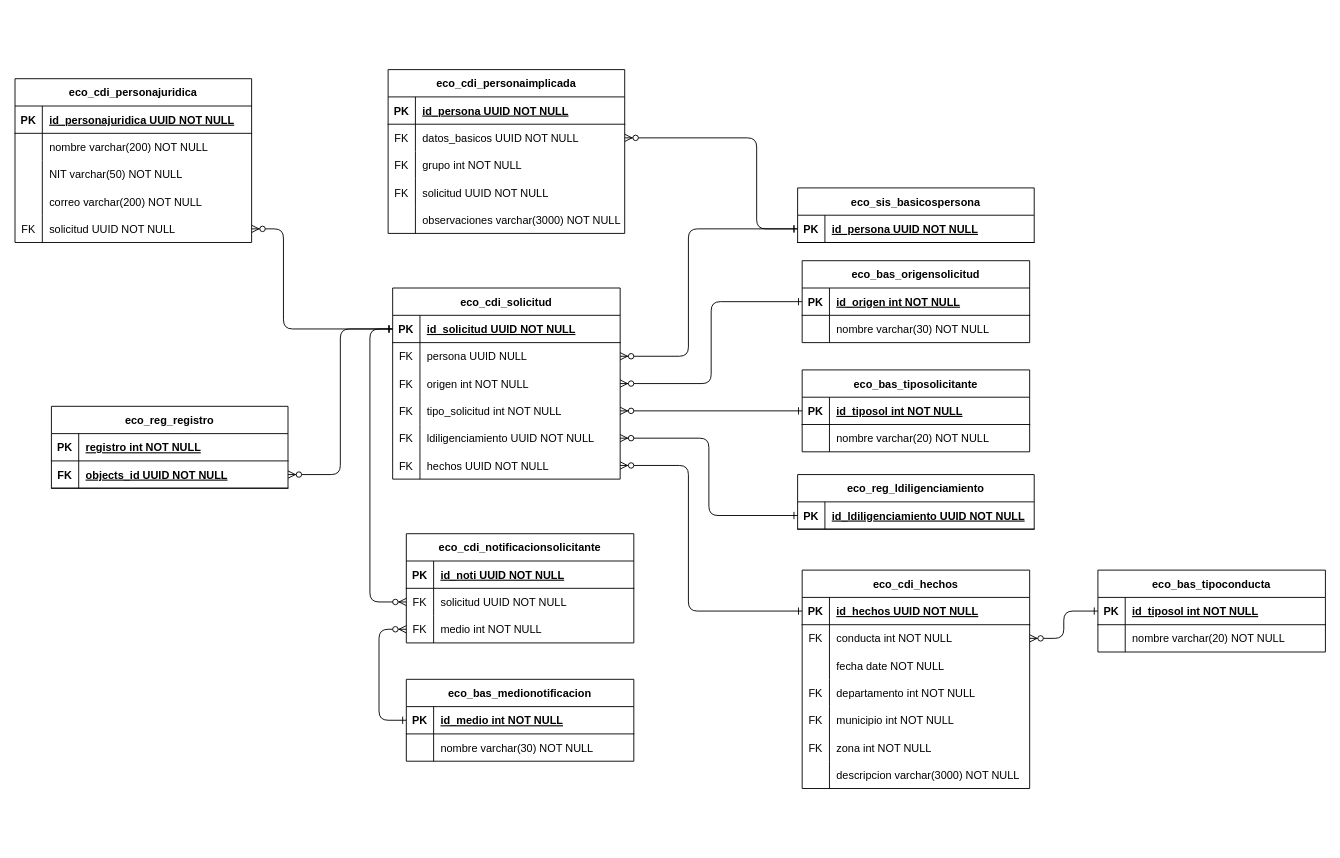
The draw.io diagram SER/CDI.drawio in HanaPinilla/Diagramas-DB, before the edit. Source tidied: cells renumbered, new cells numbered last; positions are measured from the earlier drawing's top-left corner, leaving out a move shared by most shapes. Both pictures are drawn from the tidied source at 91%, with x=0, y=0 at pixel (15, 69).
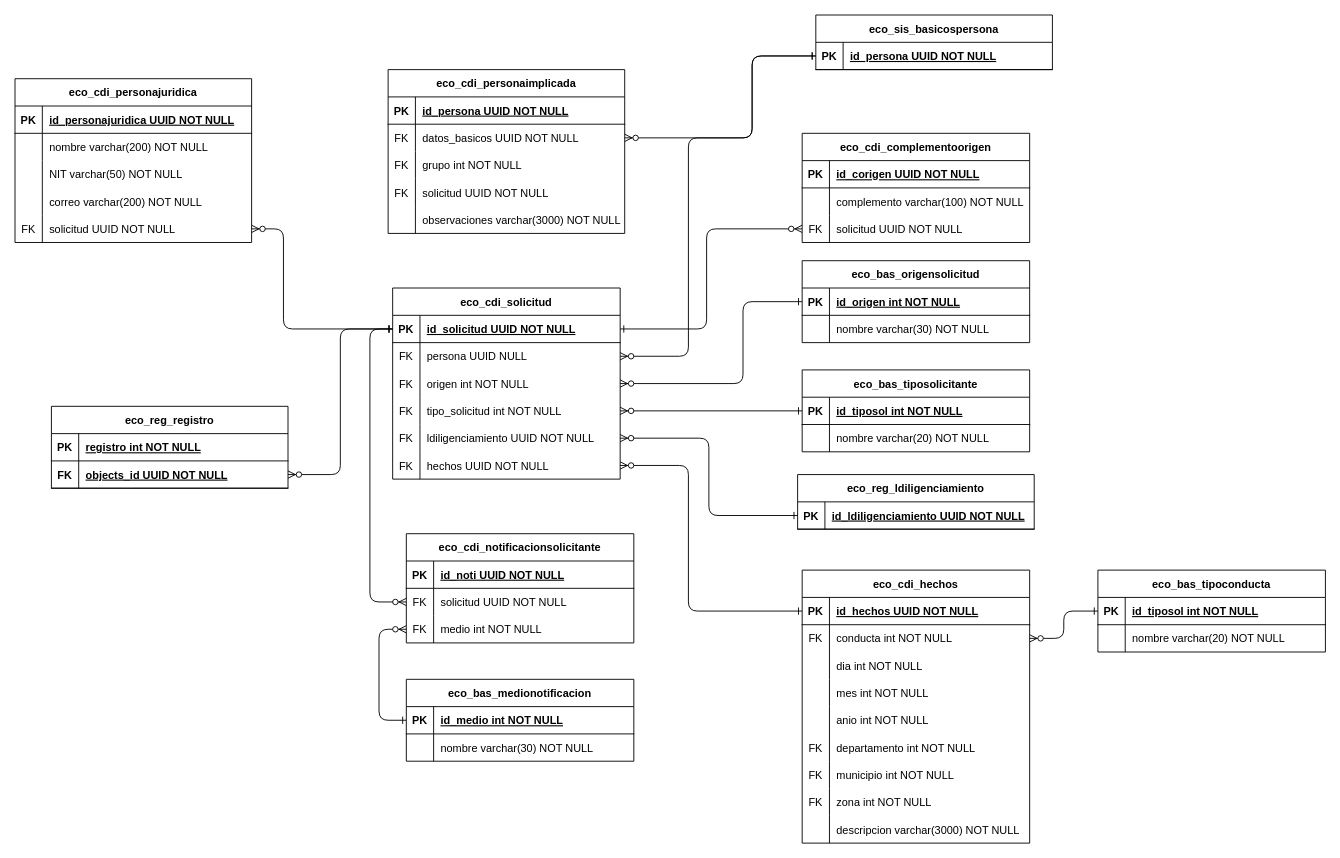
The same page after the edit.

The change refers to these unchanged cells:
```xml
<mxCell id="3" style="shape=partialRectangle;fillColor=none;points=[[0,0.5],[1,0.5]];portConstraint=eastwest;top=0;left=0;right=0;bottom=1;" parent="2" vertex="1">
  <mxGeometry y="30" width="250" height="30" as="geometry" />
</mxCell>
<mxCell id="16" style="shape=partialRectangle;fillColor=none;top=0;left=0;right=0;bottom=0;" parent="9" vertex="1">
  <mxGeometry y="90" width="250" height="30" as="geometry" />
</mxCell>
<mxCell id="51" style="shape=partialRectangle;fillColor=none;points=[[0,0.5],[1,0.5]];portConstraint=eastwest;top=0;left=0;right=0;bottom=1;" parent="50" vertex="1">
  <mxGeometry y="30" width="260" height="30" as="geometry" />
</mxCell>
<mxCell id="62" style="shape=partialRectangle;fillColor=none;points=[[0,0.5],[1,0.5]];portConstraint=eastwest;top=0;left=0;right=0;bottom=1;" parent="61" vertex="1">
  <mxGeometry y="30" width="250" height="30" as="geometry" />
</mxCell>
<mxCell id="65" style="shape=partialRectangle;fillColor=none;points=[[0,0.5],[1,0.5]];portConstraint=eastwest;top=0;left=0;right=0;bottom=0;" parent="61" vertex="1">
  <mxGeometry y="60" width="250" height="30" as="geometry" />
</mxCell>
<mxCell id="68" style="shape=partialRectangle;fillColor=none;points=[[0,0.5],[1,0.5]];portConstraint=eastwest;top=0;left=0;right=0;bottom=0;" parent="61" vertex="1">
  <mxGeometry y="90" width="250" height="30" as="geometry" />
</mxCell>
<mxCell id="109" style="shape=partialRectangle;fillColor=none;points=[[0,0.5],[1,0.5]];portConstraint=eastwest;top=0;left=0;right=0;bottom=0;" parent="105" vertex="1">
  <mxGeometry y="60" width="260" height="30" as="geometry" />
</mxCell>
```

Change to the diagram source:
```diff
@@
     <mxCell id="9" value="eco_cdi_hechos" style="shape=table;startSize=30;childLayout=tableLayout;rowLines=0;fontStyle=1;align=center;" parent="1" vertex="1">
-      <mxGeometry x="865" y="550" width="250" height="240" as="geometry" />
+      <mxGeometry x="865" y="550" width="250" height="300" as="geometry" />
     </mxCell>
@@
-    <mxCell id="18" value="fecha date NOT NULL" style="shape=partialRectangle;overflow=hidden;fillColor=none;top=0;left=0;bottom=0;right=0;align=left;spacingLeft=6;" parent="16" vertex="1">
+    <mxCell id="18" value="dia int NOT NULL" style="shape=partialRectangle;overflow=hidden;fillColor=none;top=0;left=0;bottom=0;right=0;align=left;spacingLeft=6;" parent="16" vertex="1">
       <mxGeometry x="30" width="220" height="30" as="geometry" />
     </mxCell>
+    <mxCell id="139" style="shape=partialRectangle;fillColor=none;top=0;left=0;right=0;bottom=0;" parent="9" vertex="1">
+      <mxGeometry y="120" width="250" height="30" as="geometry" />
+    </mxCell>
+    <mxCell id="140" style="shape=partialRectangle;overflow=hidden;fillColor=none;top=0;left=0;bottom=0;right=0;" parent="139" vertex="1">
+      <mxGeometry width="30" height="30" as="geometry" />
+    </mxCell>
+    <mxCell id="141" value="mes int NOT NULL" style="shape=partialRectangle;overflow=hidden;fillColor=none;top=0;left=0;bottom=0;right=0;align=left;spacingLeft=6;" parent="139" vertex="1">
+      <mxGeometry x="30" width="220" height="30" as="geometry" />
+    </mxCell>
+    <mxCell id="142" style="shape=partialRectangle;fillColor=none;top=0;left=0;right=0;bottom=0;" parent="9" vertex="1">
+      <mxGeometry y="150" width="250" height="30" as="geometry" />
+    </mxCell>
+    <mxCell id="143" style="shape=partialRectangle;overflow=hidden;fillColor=none;top=0;left=0;bottom=0;right=0;" parent="142" vertex="1">
+      <mxGeometry width="30" height="30" as="geometry" />
+    </mxCell>
+    <mxCell id="144" value="anio int NOT NULL" style="shape=partialRectangle;overflow=hidden;fillColor=none;top=0;left=0;bottom=0;right=0;align=left;spacingLeft=6;" parent="142" vertex="1">
+      <mxGeometry x="30" width="220" height="30" as="geometry" />
+    </mxCell>
     <mxCell id="19" style="shape=partialRectangle;fillColor=none;top=0;left=0;right=0;bottom=0;" parent="9" vertex="1">
-      <mxGeometry y="120" width="250" height="30" as="geometry" />
+      <mxGeometry y="180" width="250" height="30" as="geometry" />
     </mxCell>
@@
     <mxCell id="22" style="shape=partialRectangle;fillColor=none;top=0;left=0;right=0;bottom=0;" parent="9" vertex="1">
-      <mxGeometry y="150" width="250" height="30" as="geometry" />
+      <mxGeometry y="210" width="250" height="30" as="geometry" />
     </mxCell>
@@
     <mxCell id="25" style="shape=partialRectangle;fillColor=none;top=0;left=0;right=0;bottom=0;" parent="9" vertex="1">
-      <mxGeometry y="180" width="250" height="30" as="geometry" />
+      <mxGeometry y="240" width="250" height="30" as="geometry" />
     </mxCell>
@@
     <mxCell id="28" style="shape=partialRectangle;fillColor=none;top=0;left=0;right=0;bottom=0;" parent="9" vertex="1">
-      <mxGeometry y="210" width="250" height="30" as="geometry" />
+      <mxGeometry y="270" width="250" height="30" as="geometry" />
     </mxCell>
@@
     <mxCell id="50" value="eco_sis_basicospersona" style="shape=table;startSize=30;childLayout=tableLayout;rowLines=0;fontStyle=1;align=center;" parent="1" vertex="1">
-      <mxGeometry x="860" y="130" width="260" height="60" as="geometry" />
+      <mxGeometry x="880" y="-60" width="260" height="60" as="geometry" />
     </mxCell>
@@
     <mxCell id="80" style="edgeStyle=orthogonalEdgeStyle;endArrow=ERzeroToMany;startArrow=ERone;endFill=1;startFill=0;" parent="1" edge="1" source="3" target="68">
-      <mxGeometry relative="1" as="geometry" />
+      <mxGeometry relative="1" as="geometry">
+        <Array as="points">
+          <mxPoint x="800" y="255" />
+          <mxPoint x="800" y="345" />
+        </Array>
+      </mxGeometry>
     </mxCell>
@@
     <mxCell id="82" style="edgeStyle=orthogonalEdgeStyle;endArrow=ERzeroToMany;startArrow=ERone;endFill=1;startFill=0;" parent="1" edge="1" source="51" target="65">
       <mxGeometry relative="1" as="geometry">
         <Array as="points">
-          <mxPoint x="740" y="175" />
+          <mxPoint x="810" y="-15" />
+          <mxPoint x="810" y="75" />
+          <mxPoint x="740" y="75" />
           <mxPoint x="740" y="315" />
         </Array>
       </mxGeometry>
     </mxCell>
@@
     <mxCell id="121" style="edgeStyle=orthogonalEdgeStyle;endArrow=ERzeroToMany;startArrow=ERone;endFill=1;startFill=0;" parent="1" edge="1" source="51" target="109">
       <mxGeometry relative="1" as="geometry">
         <Array as="points">
-          <mxPoint x="815" y="175" />
-          <mxPoint x="815" y="75" />
+          <mxPoint x="810" y="-15" />
+          <mxPoint x="810" y="75" />
         </Array>
       </mxGeometry>
     </mxCell>
@@
+    <mxCell id="145" value="eco_cdi_complementoorigen" style="shape=table;startSize=30;childLayout=tableLayout;rowLines=0;fontStyle=1;align=center;" parent="1" vertex="1">
+      <mxGeometry x="865" y="70" width="250" height="120" as="geometry" />
+    </mxCell>
+    <mxCell id="146" style="shape=partialRectangle;fillColor=none;top=0;left=0;right=0;bottom=1;" parent="145" vertex="1">
+      <mxGeometry y="30" width="250" height="30" as="geometry" />
+    </mxCell>
+    <mxCell id="147" value="PK" style="shape=partialRectangle;overflow=hidden;fillColor=none;top=0;left=0;bottom=0;right=0;fontStyle=1;" parent="146" vertex="1">
+      <mxGeometry width="30" height="30" as="geometry" />
+    </mxCell>
+    <mxCell id="148" value="id_corigen UUID NOT NULL " style="shape=partialRectangle;overflow=hidden;fillColor=none;top=0;left=0;bottom=0;right=0;align=left;spacingLeft=6;fontStyle=5;" parent="146" vertex="1">
+      <mxGeometry x="30" width="220" height="30" as="geometry" />
+    </mxCell>
+    <mxCell id="149" style="shape=partialRectangle;fillColor=none;top=0;left=0;right=0;bottom=0;" parent="145" vertex="1">
+      <mxGeometry y="60" width="250" height="30" as="geometry" />
+    </mxCell>
+    <mxCell id="150" style="shape=partialRectangle;overflow=hidden;fillColor=none;top=0;left=0;bottom=0;right=0;" parent="149" vertex="1">
+      <mxGeometry width="30" height="30" as="geometry" />
+    </mxCell>
+    <mxCell id="151" value="complemento varchar(100) NOT NULL" style="shape=partialRectangle;overflow=hidden;fillColor=none;top=0;left=0;bottom=0;right=0;align=left;spacingLeft=6;" parent="149" vertex="1">
+      <mxGeometry x="30" width="220" height="30" as="geometry" />
+    </mxCell>
+    <mxCell id="152" style="shape=partialRectangle;fillColor=none;points=[[0,0.5],[1,0.5]];portConstraint=eastwest;top=0;left=0;right=0;bottom=0;" parent="145" vertex="1">
+      <mxGeometry y="90" width="250" height="30" as="geometry" />
+    </mxCell>
+    <mxCell id="153" value="FK" style="shape=partialRectangle;overflow=hidden;fillColor=none;top=0;left=0;bottom=0;right=0;" parent="152" vertex="1">
+      <mxGeometry width="30" height="30" as="geometry" />
+    </mxCell>
+    <mxCell id="154" value="solicitud UUID NOT NULL" style="shape=partialRectangle;overflow=hidden;fillColor=none;top=0;left=0;bottom=0;right=0;align=left;spacingLeft=6;" parent="152" vertex="1">
+      <mxGeometry x="30" width="220" height="30" as="geometry" />
+    </mxCell>
+    <mxCell id="155" style="edgeStyle=orthogonalEdgeStyle;endArrow=ERzeroToMany;startArrow=ERone;endFill=1;startFill=0;" parent="1" edge="1" source="62" target="152">
+      <mxGeometry relative="1" as="geometry">
+        <Array as="points">
+          <mxPoint x="760" y="285" />
+          <mxPoint x="760" y="175" />
+        </Array>
+      </mxGeometry>
+    </mxCell>
```
